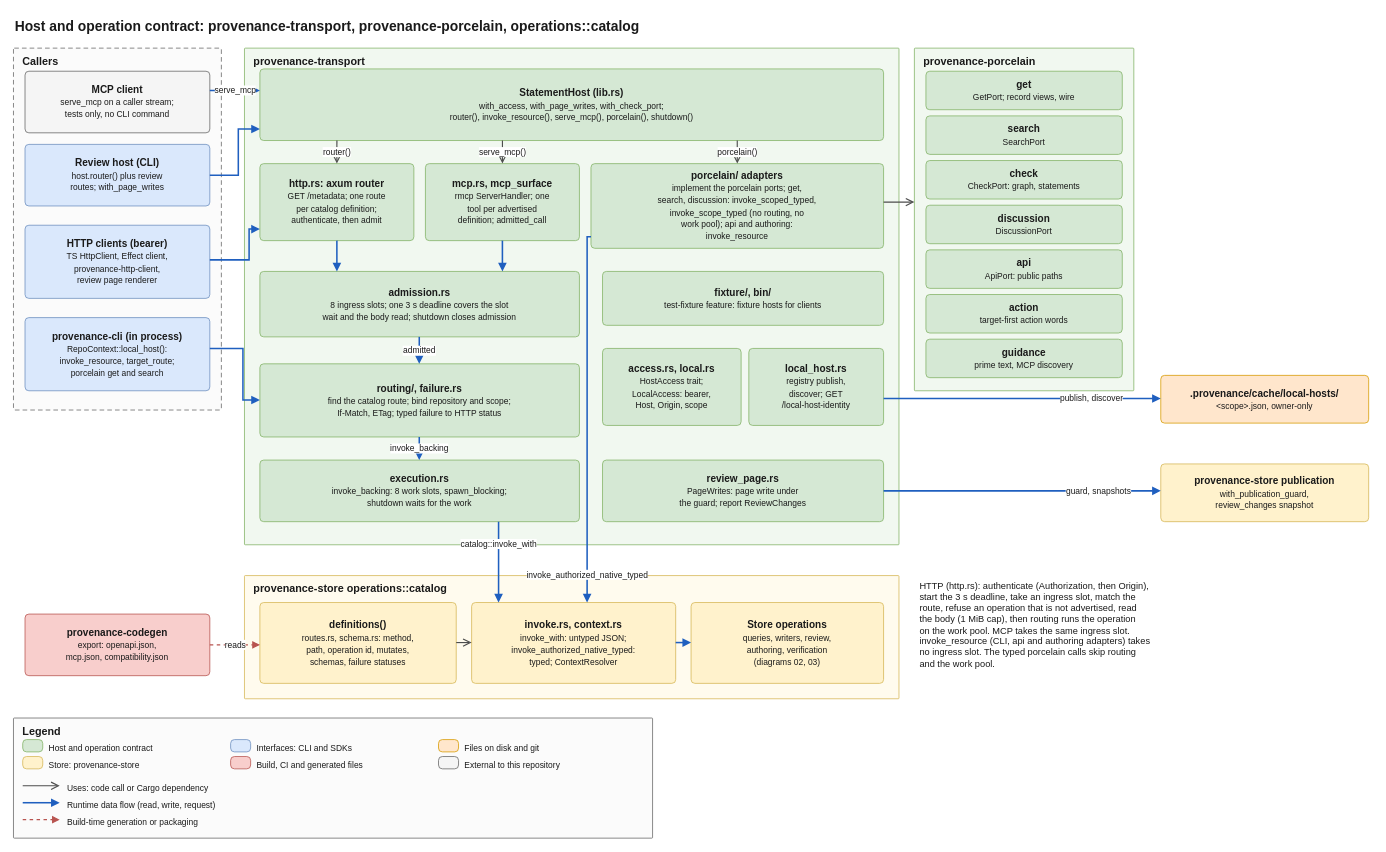
quality-sh/provenance keeps this draw.io diagram as docs/architecture/diagrams/04-transport-and-contract.drawio. Above is the earlier version. Source tidied: cells renumbered, new cells numbered last; positions are measured from the earlier drawing's top-left corner, leaving out a move shared by most shapes. Both pictures are drawn from the tidied source at 77%, with x=0, y=0 at pixel (13, 13).
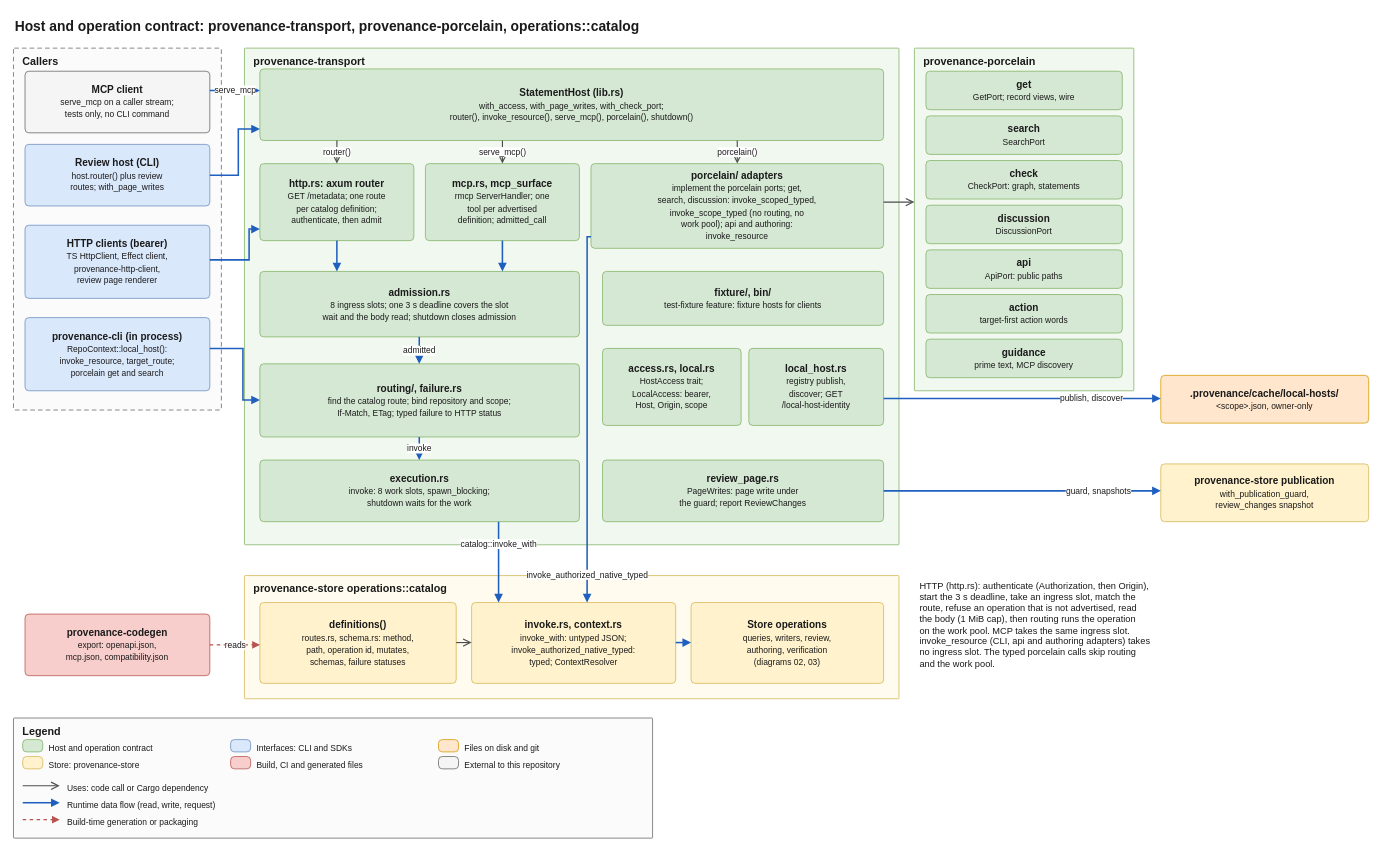
The same page after the edit.

Unchanged cells that the change refers to:
```xml
<mxCell id="9" value="provenance-transport" style="rounded=1;arcSize=2;absoluteArcSize=1;whiteSpace=wrap;html=1;fillColor=#f1f8f0;strokeColor=#82b366;verticalAlign=top;align=left;spacingLeft=10;spacingRight=10;spacingTop=2;fontStyle=1;fontSize=14;fontColor=#1a1a1a;" parent="1" vertex="1">
  <mxGeometry x="300" y="45" width="850" height="645" as="geometry" />
</mxCell>
<mxCell id="16" value="&lt;b&gt;routing/, failure.rs&lt;/b&gt;&lt;br&gt;&lt;font style=&quot;font-size:11px&quot;&gt;find the catalog route; bind repository and scope;&lt;br&gt;If-Match, ETag; typed failure to HTTP status&lt;/font&gt;" style="rounded=1;arcSize=10;absoluteArcSize=1;whiteSpace=wrap;html=1;fillColor=#d5e8d4;strokeColor=#82b366;fontSize=13;fontColor=#1a1a1a;verticalAlign=middle;align=center;spacing=4;" parent="9" vertex="1">
  <mxGeometry x="20" y="410" width="415" height="95" as="geometry" />
</mxCell>
```

The edit, as a diff of the source:
```diff
@@
-    <mxCell id="19" value="&lt;b&gt;execution.rs&lt;/b&gt;&lt;br&gt;&lt;font style=&quot;font-size:11px&quot;&gt;invoke_backing: 8 work slots, spawn_blocking;&lt;br&gt;shutdown waits for the work&lt;/font&gt;" style="rounded=1;arcSize=10;absoluteArcSize=1;whiteSpace=wrap;html=1;fillColor=#d5e8d4;strokeColor=#82b366;fontSize=13;fontColor=#1a1a1a;verticalAlign=middle;align=center;spacing=4;" parent="9" vertex="1">
+    <mxCell id="19" value="&lt;b&gt;execution.rs&lt;/b&gt;&lt;br&gt;&lt;font style=&quot;font-size:11px&quot;&gt;invoke: 8 work slots, spawn_blocking;&lt;br&gt;shutdown waits for the work&lt;/font&gt;" style="rounded=1;arcSize=10;absoluteArcSize=1;whiteSpace=wrap;html=1;fillColor=#d5e8d4;strokeColor=#82b366;fontSize=13;fontColor=#1a1a1a;verticalAlign=middle;align=center;spacing=4;" parent="9" vertex="1">
       <mxGeometry x="20" y="535" width="415" height="80" as="geometry" />
     </mxCell>
@@
-    <mxCell id="62" value="invoke_backing" style="edgeStyle=orthogonalEdgeStyle;rounded=0;jettySize=auto;html=1;jumpStyle=arc;jumpSize=10;exitX=0.4988;exitY=1;exitDx=0;exitDy=0;entryX=0.4988;entryY=0;entryDx=0;entryDy=0;strokeColor=#1f5fbf;fontSize=11;fontColor=#1a1a1a;labelBackgroundColor=#ffffff;strokeWidth=2;endArrow=block;endFill=1;" parent="1" edge="1" source="16" target="19">
+    <mxCell id="62" value="invoke" style="edgeStyle=orthogonalEdgeStyle;rounded=0;jettySize=auto;html=1;jumpStyle=arc;jumpSize=10;exitX=0.4988;exitY=1;exitDx=0;exitDy=0;entryX=0.4988;entryY=0;entryDx=0;entryDy=0;strokeColor=#1f5fbf;fontSize=11;fontColor=#1a1a1a;labelBackgroundColor=#ffffff;strokeWidth=2;endArrow=block;endFill=1;" parent="1" edge="1" source="16" target="19">
       <mxGeometry relative="1" as="geometry" />
     </mxCell>
```
